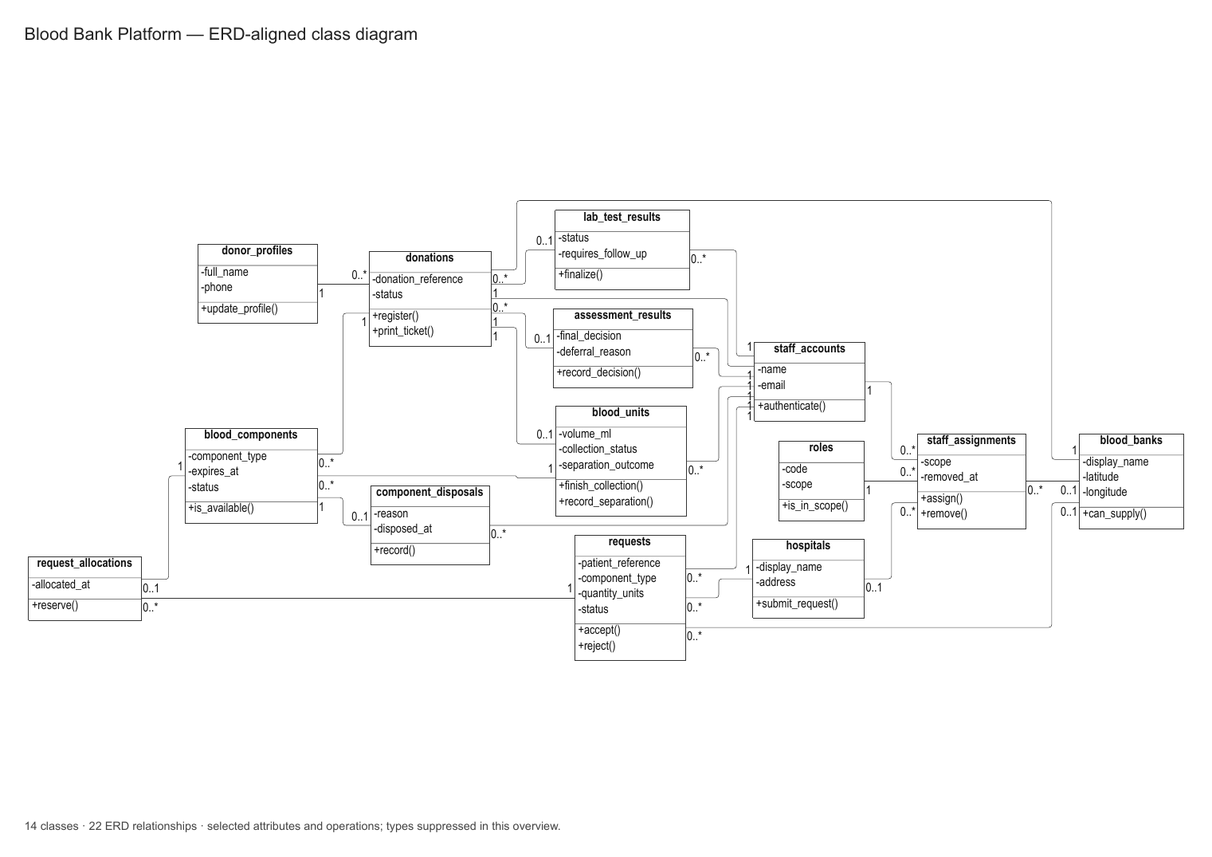
This is docs/Diagrams/Class/high-level-class-diagram-a4.png from TitanDevX/BloodBankPlatformUni, a Mermaid export, as it was before one commit. Its source is kept beside it as docs/Diagrams/Class/high-level-class-diagram-a4.mmd.
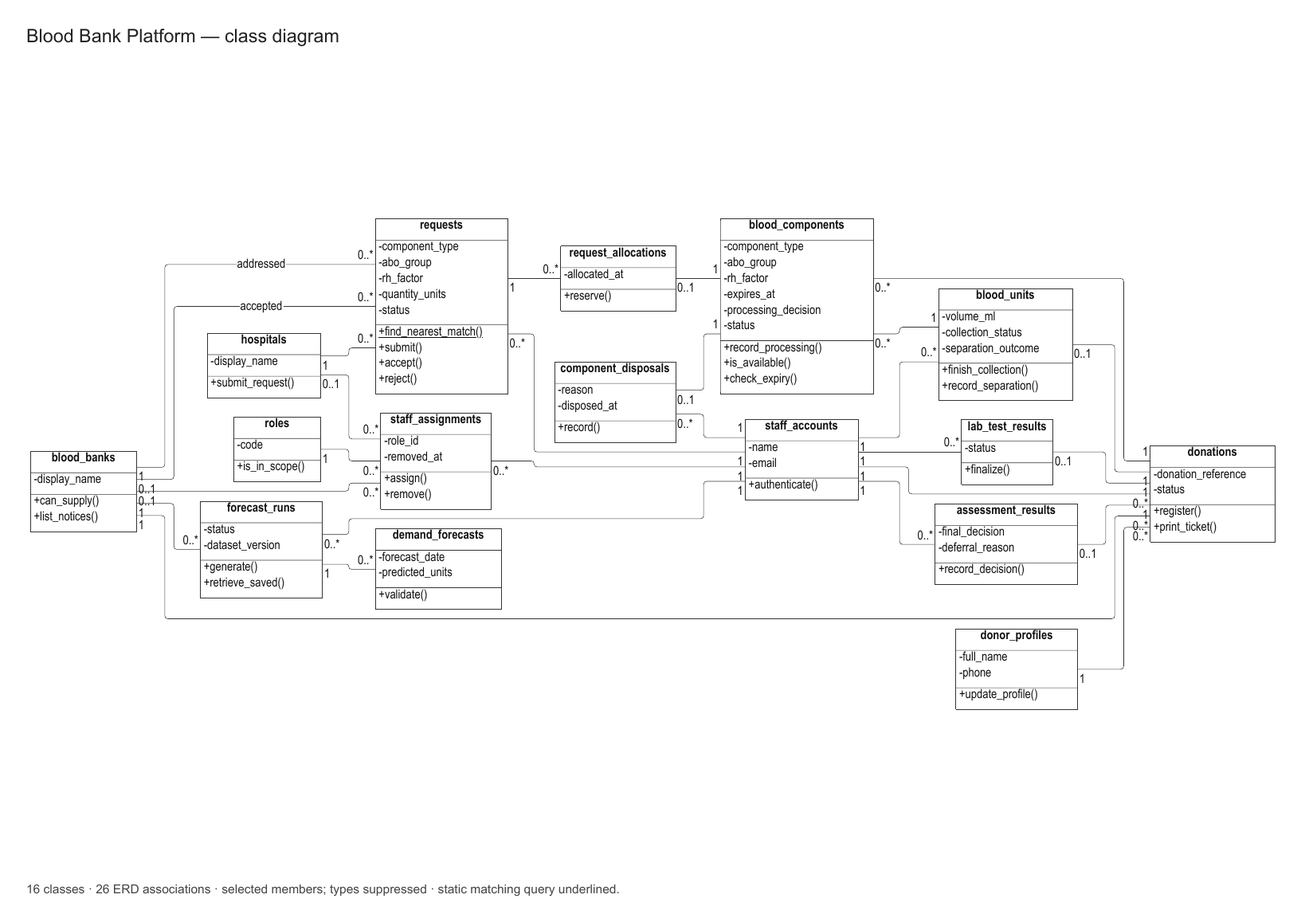
The same file after the commit.

Diff of the diagram source:
```diff
@@ -2,29 +2,14 @@
 classDiagram
     direction LR
 
-    class component_disposals {
-        -reason
-        -disposed_at
-        +record()
+    class assessment_results {
+        -final_decision
+        -deferral_reason
+        +record_decision()
     }
-    class requests {
-        -patient_reference
-        -component_type
-        -quantity_units
-        -status
-        +accept()
-        +reject()
-    }
-    class donations {
-        -donation_reference
-        -status
-        +register()
-        +print_ticket()
-    }
-    class donor_profiles {
-        -full_name
-        -phone
-        +update_profile()
+    class request_allocations {
+        -allocated_at
+        +reserve()
     }
     class blood_units {
         -volume_ml
@@ -33,75 +18,108 @@
         +finish_collection()
         +record_separation()
     }
-    class hospitals {
-        -display_name
-        -address
-        +submit_request()
+    class demand_forecasts {
+        -forecast_date
+        -predicted_units
+        +validate()
+    }
+    class roles {
+        -code
+        +is_in_scope()
+    }
+    class blood_components {
+        -component_type
+        -abo_group
+        -rh_factor
+        -expires_at
+        -processing_decision
+        -status
+        +record_processing()
+        +is_available()
+        +check_expiry()
+    }
+    class donations {
+        -donation_reference
+        -status
+        +register()
+        +print_ticket()
     }
     class lab_test_results {
         -status
-        -requires_follow_up
         +finalize()
-    }
-    class blood_components {
-        -component_type
-        -expires_at
-        -status
-        +is_available()
-    }
-    class roles {
-        -code
-        -scope
-        +is_in_scope()
-    }
-    class staff_assignments {
-        -scope
-        -removed_at
-        +assign()
-        +remove()
-    }
-    class request_allocations {
-        -allocated_at
-        +reserve()
-    }
-    class assessment_results {
-        -final_decision
-        -deferral_reason
-        +record_decision()
-    }
-    class blood_banks {
-        -display_name
-        -latitude
-        -longitude
-        +can_supply()
     }
     class staff_accounts {
         -name
         -email
         +authenticate()
     }
+    class donor_profiles {
+        -full_name
+        -phone
+        +update_profile()
+    }
+    class hospitals {
+        -display_name
+        +submit_request()
+    }
+    class component_disposals {
+        -reason
+        -disposed_at
+        +record()
+    }
+    class forecast_runs {
+        -status
+        -dataset_version
+        +generate()
+        +retrieve_saved()
+    }
+    class staff_assignments {
+        -role_id
+        -removed_at
+        +assign()
+        +remove()
+    }
+    class requests {
+        -component_type
+        -abo_group
+        -rh_factor
+        -quantity_units
+        -status
+        +find_nearest_match()$
+        +submit()
+        +accept()
+        +reject()
+    }
+    class blood_banks {
+        -display_name
+        +can_supply()
+        +list_notices()
+    }
 
+    roles "1" -- "0..*" staff_assignments
+    hospitals "0..1" -- "0..*" staff_assignments
+    staff_assignments "0..*" -- "1" staff_accounts
+    forecast_runs "1" -- "0..*" demand_forecasts
+    staff_accounts "1" -- "0..*" lab_test_results
+    blood_components "0..*" -- "1" donations
+    blood_banks "1" -- "0..*" requests : addressed
+    component_disposals "0..1" -- "1" blood_components
+    requests "1" -- "0..*" request_allocations
+    assessment_results "0..1" -- "1" donations
+    blood_banks "1" -- "0..*" forecast_runs
+    staff_accounts "1" -- "0..*" blood_units
     request_allocations "0..1" -- "1" blood_components
-    assessment_results "0..*" -- "1" staff_accounts
-    staff_accounts "1" -- "0..*" staff_assignments
-    blood_components "0..*" -- "1" donations
-    donations "1" -- "0..1" lab_test_results
-    staff_assignments "0..*" -- "0..1" blood_banks
+    component_disposals "0..*" -- "1" staff_accounts
     donor_profiles "1" -- "0..*" donations
-    requests "0..*" -- "0..1" blood_banks
-    request_allocations "0..*" -- "1" requests
-    blood_components "1" -- "0..1" component_disposals
-    donations "0..*" -- "1" staff_accounts
-    donations "0..*" -- "1" blood_banks
-    lab_test_results "0..*" -- "1" staff_accounts
-    hospitals "0..1" -- "0..*" staff_assignments
-    requests "0..*" -- "1" hospitals
-    roles "1" -- "0..*" staff_assignments
-    donations "1" -- "0..1" blood_units
+    staff_accounts "1" -- "0..*" donations
+    blood_banks "0..1" -- "0..*" requests : accepted
+    blood_units "0..1" -- "1" donations
+    hospitals "1" -- "0..*" requests
+    blood_components "0..*" -- "1" blood_units
+    blood_banks "1" -- "0..*" donations
+    blood_banks "0..1" -- "0..*" staff_assignments
     requests "0..*" -- "1" staff_accounts
-    donations "1" -- "0..1" assessment_results
-    blood_units "0..*" -- "1" staff_accounts
-    blood_components "0..*" -- "1" blood_units
-    component_disposals "0..*" -- "1" staff_accounts
+    staff_accounts "1" -- "0..*" assessment_results
+    forecast_runs "0..*" -- "1" staff_accounts
+    lab_test_results "0..1" -- "1" donations
 
-
```
